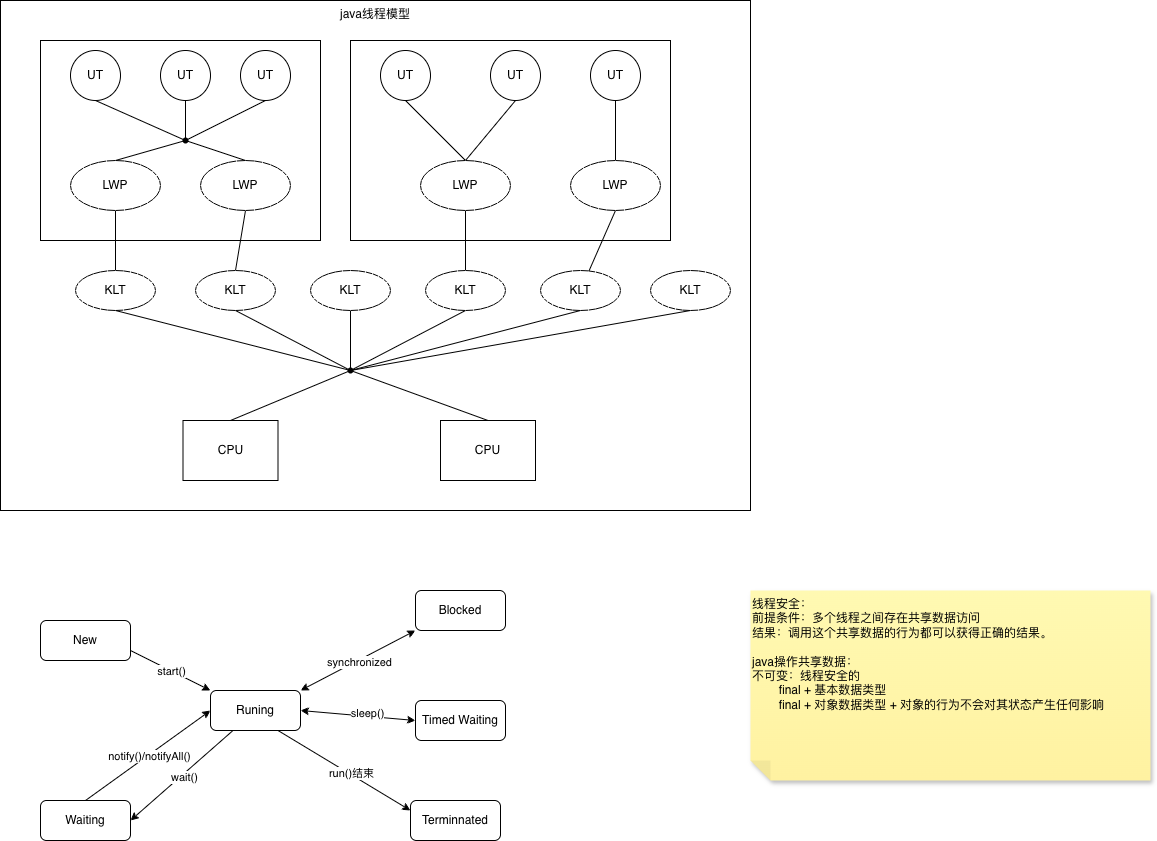
Earlier version of the draw.io export java线程模型和线程状态.drawio.png (ggs2015/file). Source tidied: cells renumbered, new cells last; positions are measured from the earlier drawing's top-left corner, leaving out a move shared by most shapes.
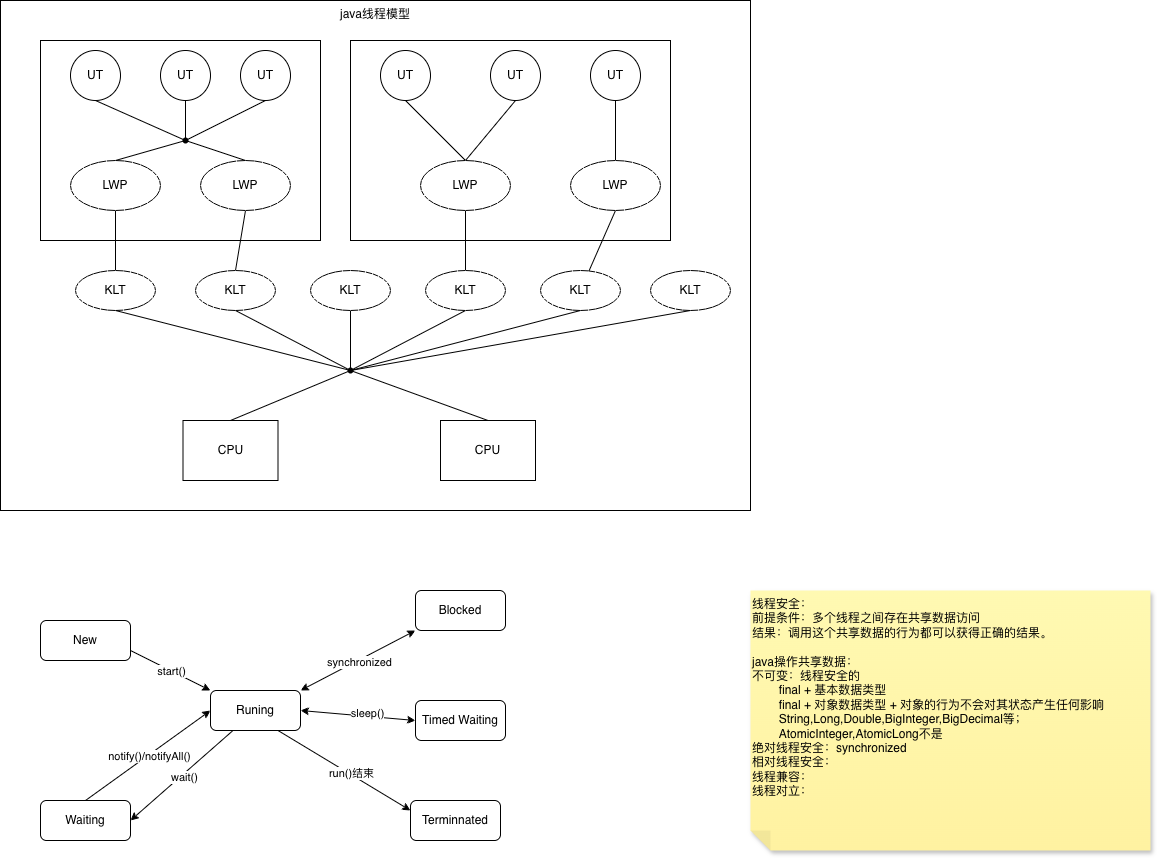
Above is the later version.

Commit message:
更新java线程模型和线程状态.drawio.png

What changed in the source:
```diff
@@ -192,8 +192,8 @@
     <mxCell id="63" value="Terminnated" style="rounded=1;whiteSpace=wrap;html=1;" parent="1" vertex="1">
       <mxGeometry x="410" y="800" width="90" height="40" as="geometry" />
     </mxCell>
-    <mxCell id="64" value="线程安全：&lt;div&gt;前提条件：多个线程之间存在共享数据访问&lt;/div&gt;&lt;div&gt;结果：调用这个共享数据的行为都可以获得正确的结果。&lt;/div&gt;&lt;div&gt;&lt;br&gt;&lt;/div&gt;&lt;div&gt;java操作共享数据：&lt;/div&gt;&lt;div&gt;不可变：线程安全的&lt;/div&gt;&lt;div&gt;&lt;span style=&quot;white-space: pre;&quot;&gt;&#9;&lt;/span&gt;final + 基本数据类型&lt;/div&gt;&lt;div&gt;&lt;span style=&quot;white-space: pre;&quot;&gt;&#9;&lt;/span&gt;final + 对象数据类型 + 对象的行为不会对其状态产生任何影响&lt;/div&gt;" style="shape=note;whiteSpace=wrap;html=1;backgroundOutline=1;fontColor=#000000;darkOpacity=0.05;fillColor=#FFF9B2;strokeColor=none;fillStyle=solid;direction=west;gradientDirection=north;gradientColor=#FFF2A1;shadow=1;size=20;verticalAlign=top;align=left;" parent="1" vertex="1">
-      <mxGeometry x="750" y="590" width="400" height="190" as="geometry" />
+    <mxCell id="64" value="线程安全：&lt;div&gt;前提条件：多个线程之间存在共享数据访问&lt;/div&gt;&lt;div&gt;结果：调用这个共享数据的行为都可以获得正确的结果。&lt;/div&gt;&lt;div&gt;&lt;br&gt;&lt;/div&gt;&lt;div&gt;java操作共享数据：&lt;/div&gt;&lt;div&gt;不可变：线程安全的&lt;/div&gt;&lt;div&gt;&lt;span style=&quot;white-space: pre;&quot;&gt;&#9;&lt;/span&gt;final + 基本数据类型&lt;/div&gt;&lt;div&gt;&lt;span style=&quot;white-space: pre;&quot;&gt;&#9;&lt;/span&gt;final + 对象数据类型 + 对象的行为不会对其状态产生任何影响&lt;/div&gt;&lt;div&gt;&lt;span style=&quot;white-space: pre;&quot;&gt;&#9;&lt;/span&gt;String,Long,Double,BigInteger,BigDecimal等；&lt;br&gt;&lt;/div&gt;&lt;div&gt;&lt;span style=&quot;white-space: pre;&quot;&gt;&#9;&lt;/span&gt;AtomicInteger,AtomicLong不是&lt;br&gt;&lt;/div&gt;&lt;div&gt;绝对线程安全：synchronized&lt;/div&gt;&lt;div&gt;相对线程安全：&lt;/div&gt;&lt;div&gt;线程兼容：&lt;/div&gt;&lt;div&gt;线程对立：&lt;/div&gt;&lt;div&gt;&lt;br&gt;&lt;/div&gt;&lt;div&gt;&lt;span style=&quot;white-space: pre;&quot;&gt;&#9;&lt;/span&gt;&lt;br&gt;&lt;/div&gt;" style="shape=note;whiteSpace=wrap;html=1;backgroundOutline=1;fontColor=#000000;darkOpacity=0.05;fillColor=#FFF9B2;strokeColor=none;fillStyle=solid;direction=west;gradientDirection=north;gradientColor=#FFF2A1;shadow=1;size=20;verticalAlign=top;align=left;" parent="1" vertex="1">
+      <mxGeometry x="750" y="590" width="400" height="260" as="geometry" />
     </mxCell>
   </root>
 </mxGraphModel>
```
